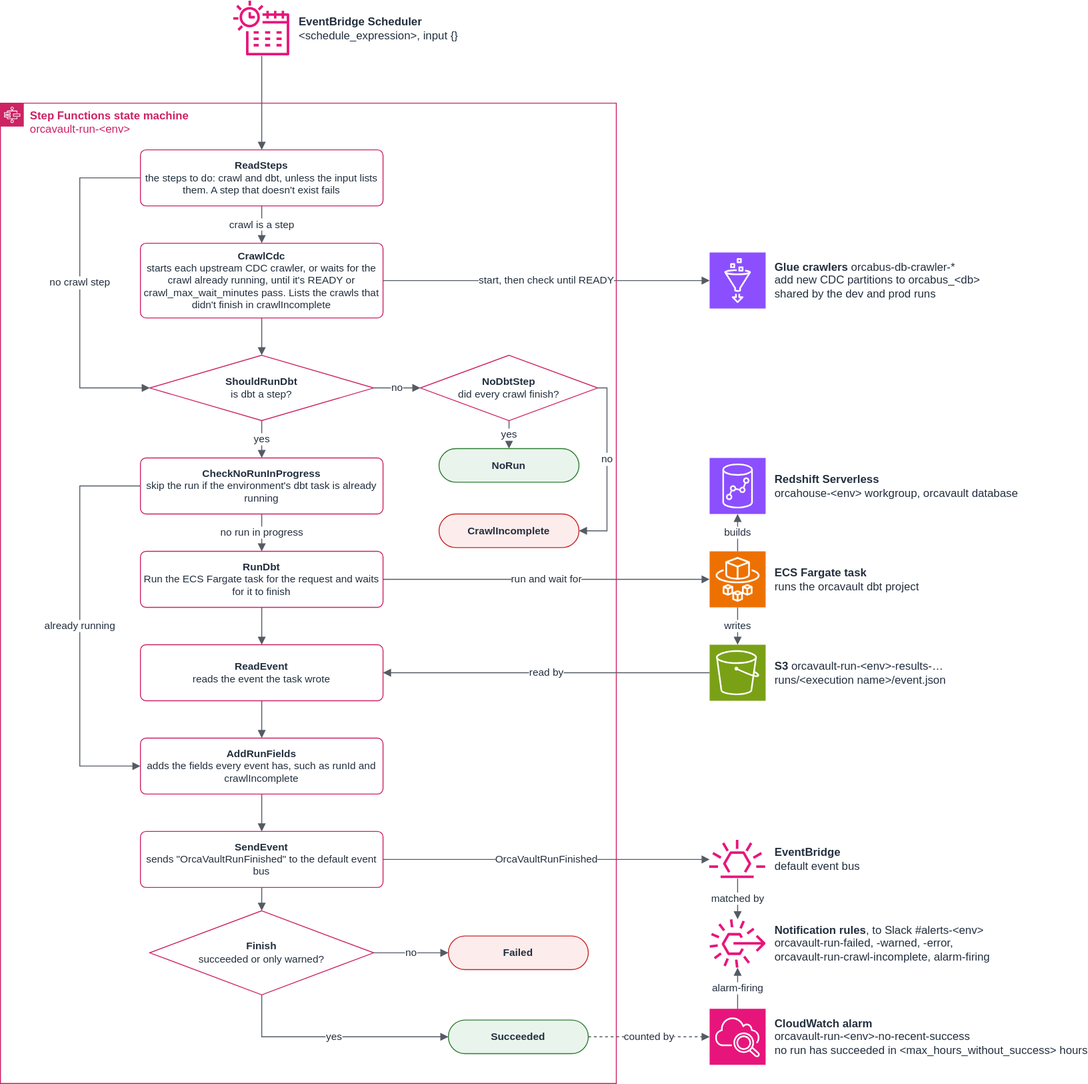
This is infra/orcavault-run/docs/orcavault-run.drawio.svg from umccr/orcahouse, a draw.io export, as it was before one commit. Source tidied: cells renumbered, new cells last; positions are measured from the earlier drawing's top-left corner, leaving out a move shared by most shapes.
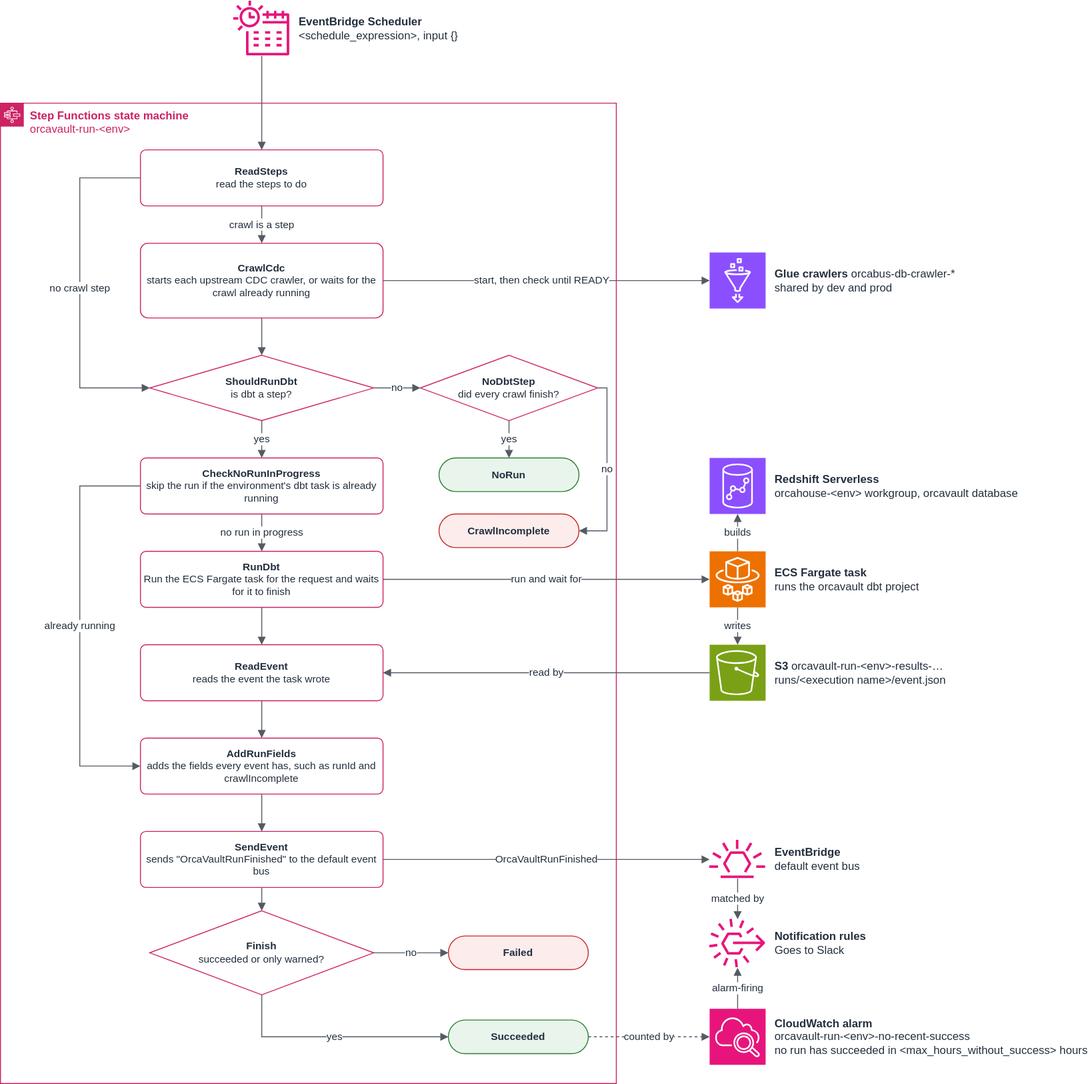
After the change.

Commit message:
style: adjust diagram and docs

What changed in the source:
```diff
@@ -1,4 +1,4 @@
-<mxGraphModel background="#FFFFFF">
+<mxGraphModel>
   <root>
     <mxCell id="0" />
     <mxCell id="1" parent="0" />
@@ -8,10 +8,10 @@
     <mxCell id="3" value="&lt;b&gt;Step Functions state machine&lt;/b&gt;&lt;br&gt;orcavault-run-&amp;lt;env&amp;gt;" style="gradientColor=none;html=1;whiteSpace=wrap;fontSize=12;fontStyle=0;shape=mxgraph.aws4.group;grIcon=mxgraph.aws4.group_aws_step_functions_workflow;strokeColor=#CD2264;fillColor=none;verticalAlign=top;align=left;spacingLeft=30;fontColor=#CD2264;dashed=0;" parent="1" vertex="1">
       <mxGeometry y="110" width="660" height="1050" as="geometry" />
     </mxCell>
-    <mxCell id="4" value="&lt;b&gt;ReadSteps&lt;/b&gt;&lt;br&gt;the steps to do: crawl and dbt, unless the input lists them. A step that doesn't exist fails" style="rounded=1;whiteSpace=wrap;html=1;arcSize=10;fillColor=#FFFFFF;strokeColor=#CD2264;fontColor=#232F3E;fontSize=11;" parent="3" vertex="1">
+    <mxCell id="4" value="&lt;b&gt;ReadSteps&lt;/b&gt;&lt;br&gt;read the steps to do" style="rounded=1;whiteSpace=wrap;html=1;arcSize=10;fillColor=#FFFFFF;strokeColor=#CD2264;fontColor=#232F3E;fontSize=11;" parent="3" vertex="1">
       <mxGeometry x="150" y="50" width="260" height="60" as="geometry" />
     </mxCell>
-    <mxCell id="5" value="&lt;b&gt;CrawlCdc&lt;/b&gt;&lt;br&gt;starts each upstream CDC crawler, or waits for the crawl already running, until it's READY or crawl_max_wait_minutes pass. Lists the crawls that didn't finish in crawlIncomplete" style="rounded=1;whiteSpace=wrap;html=1;arcSize=10;fillColor=#FFFFFF;strokeColor=#CD2264;fontColor=#232F3E;fontSize=11;" parent="3" vertex="1">
+    <mxCell id="5" value="&lt;b&gt;CrawlCdc&lt;/b&gt;&lt;br&gt;starts each upstream CDC crawler, or waits for the crawl already running" style="rounded=1;whiteSpace=wrap;html=1;arcSize=10;fillColor=#FFFFFF;strokeColor=#CD2264;fontColor=#232F3E;fontSize=11;" parent="3" vertex="1">
       <mxGeometry x="150" y="150" width="260" height="80" as="geometry" />
     </mxCell>
     <mxCell id="6" value="&lt;b&gt;ShouldRunDbt&lt;/b&gt;&lt;br&gt;is dbt a step?" style="rhombus;whiteSpace=wrap;html=1;fillColor=#FFFFFF;strokeColor=#CD2264;fontColor=#232F3E;fontSize=11;" parent="3" vertex="1">
@@ -21,7 +21,7 @@
       <mxGeometry x="450" y="270" width="190" height="70" as="geometry" />
     </mxCell>
     <mxCell id="8" value="NoRun" style="rounded=1;arcSize=50;whiteSpace=wrap;html=1;fillColor=#E9F5EC;strokeColor=#2E7D32;fontColor=#232F3E;fontSize=11;fontStyle=1;" parent="3" vertex="1">
-      <mxGeometry x="470" y="370" width="150" height="36" as="geometry" />
+      <mxGeometry x="470" y="380" width="150" height="36" as="geometry" />
     </mxCell>
     <mxCell id="9" value="CrawlIncomplete" style="rounded=1;arcSize=50;whiteSpace=wrap;html=1;fillColor=#FDECEC;strokeColor=#C62828;fontColor=#232F3E;fontSize=11;fontStyle=1;" parent="3" vertex="1">
       <mxGeometry x="470" y="440" width="150" height="36" as="geometry" />
@@ -110,7 +110,7 @@
     <mxCell id="32" value="no" style="edgeStyle=orthogonalEdgeStyle;rounded=0;html=1;endArrow=block;endFill=1;strokeColor=#545B64;fontColor=#232F3E;fontSize=11;labelBackgroundColor=#FFFFFF;exitX=1;exitY=0.5;entryX=0;entryY=0.5;" parent="3" edge="1" source="15" target="17">
       <mxGeometry relative="1" as="geometry" />
     </mxCell>
-    <mxCell id="33" value="&lt;b&gt;Glue crawlers&lt;/b&gt; orcabus-db-crawler-*&lt;br&gt;add new CDC partitions to orcabus_&amp;lt;db&amp;gt;&lt;br&gt;shared by the dev and prod runs" style="sketch=0;outlineConnect=0;fontColor=#232F3E;fillColor=#8C4FFF;strokeColor=#ffffff;dashed=0;labelPosition=right;verticalLabelPosition=middle;align=left;verticalAlign=middle;spacingLeft=8;html=1;fontSize=12;fontStyle=0;shape=mxgraph.aws4.resourceIcon;resIcon=mxgraph.aws4.glue;" parent="1" vertex="1">
+    <mxCell id="33" value="&lt;b&gt;Glue crawlers&lt;/b&gt; orcabus-db-crawler-*&lt;br&gt;shared by dev and prod" style="sketch=0;outlineConnect=0;fontColor=#232F3E;fillColor=#8C4FFF;strokeColor=#ffffff;dashed=0;labelPosition=right;verticalLabelPosition=middle;align=left;verticalAlign=middle;spacingLeft=8;html=1;fontSize=12;fontStyle=0;shape=mxgraph.aws4.resourceIcon;resIcon=mxgraph.aws4.glue;" parent="1" vertex="1">
       <mxGeometry x="760" y="270" width="60" height="60" as="geometry" />
     </mxCell>
     <mxCell id="34" value="&lt;b&gt;Redshift Serverless&lt;/b&gt;&lt;br&gt;orcahouse-&amp;lt;env&amp;gt; workgroup, orcavault database" style="sketch=0;outlineConnect=0;fontColor=#232F3E;fillColor=#8C4FFF;strokeColor=#ffffff;dashed=0;labelPosition=right;verticalLabelPosition=middle;align=left;verticalAlign=middle;spacingLeft=8;html=1;fontSize=12;fontStyle=0;shape=mxgraph.aws4.resourceIcon;resIcon=mxgraph.aws4.redshift;" parent="1" vertex="1">
@@ -125,7 +125,7 @@
     <mxCell id="37" value="&lt;b&gt;EventBridge&lt;/b&gt;&lt;br&gt;default event bus" style="sketch=0;outlineConnect=0;fontColor=#232F3E;gradientColor=none;fillColor=#E7157B;strokeColor=none;dashed=0;labelPosition=right;verticalLabelPosition=middle;align=left;verticalAlign=middle;spacingLeft=8;html=1;fontSize=12;fontStyle=0;shape=mxgraph.aws4.eventbridge_default_event_bus_resource;" parent="1" vertex="1">
       <mxGeometry x="760" y="899.5" width="60" height="41" as="geometry" />
     </mxCell>
-    <mxCell id="38" value="&lt;b&gt;Notification rules&lt;/b&gt;, to Slack #alerts-&amp;lt;env&amp;gt;&lt;br&gt;orcavault-run-failed, -warned, -error,&lt;br&gt;orcavault-run-crawl-incomplete, alarm-firing" style="sketch=0;outlineConnect=0;fontColor=#232F3E;gradientColor=none;fillColor=#E7157B;strokeColor=none;dashed=0;labelPosition=right;verticalLabelPosition=middle;align=left;verticalAlign=middle;spacingLeft=8;html=1;fontSize=12;fontStyle=0;shape=mxgraph.aws4.rule_3;" parent="1" vertex="1">
+    <mxCell id="38" value="&lt;div&gt;&lt;b&gt;Notification rules&lt;/b&gt;&amp;nbsp;&lt;/div&gt;&lt;div&gt;Goes to Slack&lt;/div&gt;" style="sketch=0;outlineConnect=0;fontColor=#232F3E;gradientColor=none;fillColor=#E7157B;strokeColor=none;dashed=0;labelPosition=right;verticalLabelPosition=middle;align=left;verticalAlign=middle;spacingLeft=8;html=1;fontSize=12;fontStyle=0;shape=mxgraph.aws4.rule_3;" parent="1" vertex="1">
       <mxGeometry x="760" y="984" width="60" height="52" as="geometry" />
     </mxCell>
     <mxCell id="39" value="&lt;b&gt;CloudWatch alarm&lt;/b&gt;&lt;br&gt;orcavault-run-&amp;lt;env&amp;gt;-no-recent-success&lt;br&gt;no run has succeeded in &amp;lt;max_hours_without_success&amp;gt; hours" style="sketch=0;outlineConnect=0;fontColor=#232F3E;fillColor=#E7157B;strokeColor=#ffffff;dashed=0;labelPosition=right;verticalLabelPosition=middle;align=left;verticalAlign=middle;spacingLeft=8;html=1;fontSize=12;fontStyle=0;shape=mxgraph.aws4.resourceIcon;resIcon=mxgraph.aws4.cloudwatch_2;" parent="1" vertex="1">
@@ -135,7 +135,7 @@
       <mxGeometry relative="1" as="geometry" />
     </mxCell>
     <mxCell id="41" value="start, then check until READY" style="edgeStyle=orthogonalEdgeStyle;rounded=0;html=1;endArrow=block;endFill=1;strokeColor=#545B64;fontColor=#232F3E;fontSize=11;labelBackgroundColor=#FFFFFF;exitX=1;exitY=0.5;entryX=0;entryY=0.5;" parent="1" edge="1" source="5" target="33">
-      <mxGeometry relative="1" as="geometry" />
+      <mxGeometry x="-0.03" relative="1" as="geometry" />
     </mxCell>
     <mxCell id="42" value="run and wait for" style="edgeStyle=orthogonalEdgeStyle;rounded=0;html=1;endArrow=block;endFill=1;strokeColor=#545B64;fontColor=#232F3E;fontSize=11;labelBackgroundColor=#FFFFFF;exitX=1;exitY=0.5;entryX=0;entryY=0.5;" parent="1" edge="1" source="11" target="35">
       <mxGeometry relative="1" as="geometry" />
```
